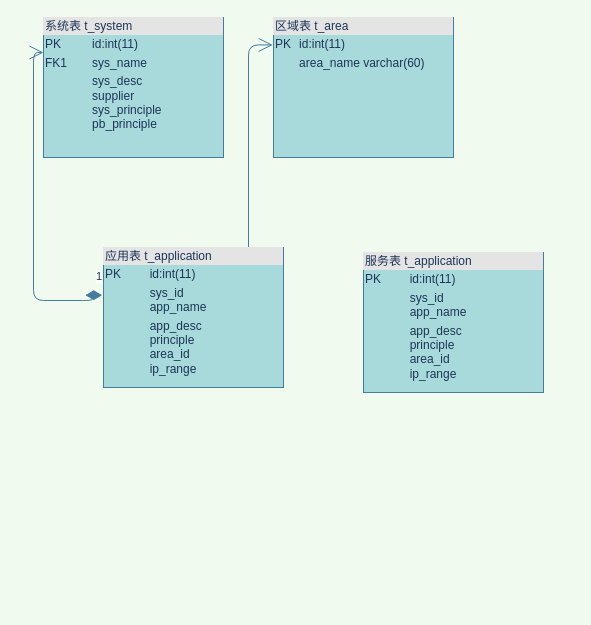
Before: demo/Untitled Diagram.drawio in helemile/Spring-Boot-Notes, a draw.io diagram. Source tidied: cells renumbered, new cells numbered last; positions are measured from the earlier drawing's top-left corner, leaving out a move shared by most shapes. Both pictures are drawn from the tidied source at 100%, with x=0, y=0 at pixel (33, 17).
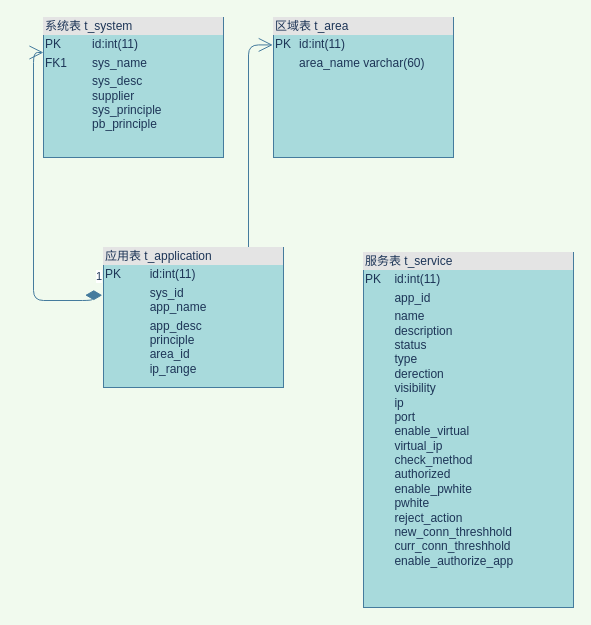
After the change.

Diff of the diagram source:
```diff
@@
 <mxGraphModel background="#F1FAEE">
   <root>
     <mxCell id="0" />
     <mxCell id="1" parent="0" />
     <mxCell id="2" value="&lt;div style=&quot;box-sizing: border-box ; width: 100% ; background: #e4e4e4 ; padding: 2px&quot;&gt;系统表 t_system&lt;/div&gt;&lt;table style=&quot;width: 100% ; font-size: 1em&quot; cellpadding=&quot;2&quot; cellspacing=&quot;0&quot;&gt;&lt;tbody&gt;&lt;tr&gt;&lt;td&gt;PK&lt;/td&gt;&lt;td&gt;id:int(11)&lt;/td&gt;&lt;/tr&gt;&lt;tr&gt;&lt;td&gt;FK1&lt;/td&gt;&lt;td&gt;sys_name&lt;/td&gt;&lt;/tr&gt;&lt;tr&gt;&lt;td&gt;&lt;/td&gt;&lt;td&gt;sys_desc&lt;br&gt;supplier&lt;br&gt;sys_principle&lt;br&gt;pb_principle&lt;br&gt;&lt;br&gt;&lt;br&gt;&lt;/td&gt;&lt;/tr&gt;&lt;/tbody&gt;&lt;/table&gt;" style="verticalAlign=top;align=left;overflow=fill;html=1;fillColor=#A8DADC;strokeColor=#457B9D;fontColor=#1D3557;" parent="1" vertex="1">
       <mxGeometry x="10" width="180" height="140" as="geometry" />
     </mxCell>
     <mxCell id="3" value="&lt;div style=&quot;box-sizing: border-box ; width: 100% ; background: #e4e4e4 ; padding: 2px&quot;&gt;区域表 t_area&lt;/div&gt;&lt;table style=&quot;width: 100% ; font-size: 1em&quot; cellpadding=&quot;2&quot; cellspacing=&quot;0&quot;&gt;&lt;tbody&gt;&lt;tr&gt;&lt;td&gt;PK&lt;/td&gt;&lt;td&gt;id:int(11)&lt;/td&gt;&lt;/tr&gt;&lt;tr&gt;&lt;td&gt;&lt;br&gt;&lt;/td&gt;&lt;td&gt;area_name varchar(60)&lt;/td&gt;&lt;/tr&gt;&lt;tr&gt;&lt;td&gt;&lt;/td&gt;&lt;td&gt;&lt;br&gt;&lt;br&gt;&lt;br&gt;&lt;/td&gt;&lt;/tr&gt;&lt;/tbody&gt;&lt;/table&gt;" style="verticalAlign=top;align=left;overflow=fill;html=1;fillColor=#A8DADC;strokeColor=#457B9D;fontColor=#1D3557;" parent="1" vertex="1">
       <mxGeometry x="240" width="180" height="140" as="geometry" />
     </mxCell>
     <mxCell id="4" value="1" style="endArrow=open;html=1;endSize=12;startArrow=diamondThin;startSize=14;startFill=1;edgeStyle=orthogonalEdgeStyle;align=left;verticalAlign=bottom;strokeColor=#457B9D;fillColor=#A8DADC;fontColor=#1D3557;entryX=-0.004;entryY=0.196;entryDx=0;entryDy=0;entryPerimeter=0;exitX=0.556;exitY=0.643;exitDx=0;exitDy=0;exitPerimeter=0;" parent="1" edge="1" source="5" target="3">
       <mxGeometry x="-1" y="3" relative="1" as="geometry">
         <Array as="points">
           <mxPoint x="215" y="240" />
           <mxPoint x="215" y="27" />
         </Array>
       </mxGeometry>
     </mxCell>
     <mxCell id="5" value="&lt;div style=&quot;box-sizing: border-box ; width: 100% ; background: #e4e4e4 ; padding: 2px&quot;&gt;应用表 t_application&lt;/div&gt;&lt;table style=&quot;width: 100% ; font-size: 1em&quot; cellpadding=&quot;2&quot; cellspacing=&quot;0&quot;&gt;&lt;tbody&gt;&lt;tr&gt;&lt;td&gt;PK&lt;/td&gt;&lt;td&gt;id:int(11)&lt;/td&gt;&lt;/tr&gt;&lt;tr&gt;&lt;td&gt;&lt;br&gt;&lt;/td&gt;&lt;td&gt;sys_id&lt;br&gt;app_name&lt;/td&gt;&lt;/tr&gt;&lt;tr&gt;&lt;td&gt;&lt;br&gt;&lt;/td&gt;&lt;td&gt;app_desc&lt;br&gt;principle&lt;br&gt;area_id&lt;br&gt;ip_range&lt;br&gt;&lt;br&gt;&lt;br&gt;&lt;/td&gt;&lt;/tr&gt;&lt;/tbody&gt;&lt;/table&gt;" style="verticalAlign=top;align=left;overflow=fill;html=1;fillColor=#A8DADC;strokeColor=#457B9D;fontColor=#1D3557;" parent="1" vertex="1">
       <mxGeometry x="70" y="230" width="180" height="140" as="geometry" />
     </mxCell>
     <mxCell id="6" value="1" style="endArrow=open;html=1;endSize=12;startArrow=diamondThin;startSize=14;startFill=1;edgeStyle=orthogonalEdgeStyle;align=left;verticalAlign=bottom;strokeColor=#457B9D;fillColor=#A8DADC;fontColor=#1D3557;entryX=0;entryY=0.25;entryDx=0;entryDy=0;exitX=-0.007;exitY=0.341;exitDx=0;exitDy=0;exitPerimeter=0;" parent="1" edge="1" source="5" target="2">
       <mxGeometry x="-0.95" y="-10" relative="1" as="geometry">
         <Array as="points">
           <mxPoint x="59" y="283" />
           <mxPoint y="283" />
           <mxPoint y="35" />
         </Array>
       </mxGeometry>
     </mxCell>
-    <mxCell id="7" value="&lt;div style=&quot;box-sizing: border-box ; width: 100% ; background: #e4e4e4 ; padding: 2px&quot;&gt;服务表 t_application&lt;/div&gt;&lt;table style=&quot;width: 100% ; font-size: 1em&quot; cellpadding=&quot;2&quot; cellspacing=&quot;0&quot;&gt;&lt;tbody&gt;&lt;tr&gt;&lt;td&gt;PK&lt;/td&gt;&lt;td&gt;id:int(11)&lt;/td&gt;&lt;/tr&gt;&lt;tr&gt;&lt;td&gt;&lt;br&gt;&lt;/td&gt;&lt;td&gt;sys_id&lt;br&gt;app_name&lt;/td&gt;&lt;/tr&gt;&lt;tr&gt;&lt;td&gt;&lt;br&gt;&lt;/td&gt;&lt;td&gt;app_desc&lt;br&gt;principle&lt;br&gt;area_id&lt;br&gt;ip_range&lt;br&gt;&lt;br&gt;&lt;br&gt;&lt;/td&gt;&lt;/tr&gt;&lt;/tbody&gt;&lt;/table&gt;" style="verticalAlign=top;align=left;overflow=fill;html=1;fillColor=#A8DADC;strokeColor=#457B9D;fontColor=#1D3557;" parent="1" vertex="1">
-      <mxGeometry x="330" y="235" width="180" height="140" as="geometry" />
+    <mxCell id="7" value="&lt;div style=&quot;box-sizing: border-box ; width: 100% ; background: #e4e4e4 ; padding: 2px&quot;&gt;服务表 t_service&lt;/div&gt;&lt;table style=&quot;width: 100% ; font-size: 1em&quot; cellpadding=&quot;2&quot; cellspacing=&quot;0&quot;&gt;&lt;tbody&gt;&lt;tr&gt;&lt;td&gt;PK&lt;/td&gt;&lt;td&gt;id:int(11)&lt;/td&gt;&lt;/tr&gt;&lt;tr&gt;&lt;td&gt;&lt;br&gt;&lt;/td&gt;&lt;td&gt;app_id&lt;/td&gt;&lt;/tr&gt;&lt;tr&gt;&lt;td&gt;&lt;br&gt;&lt;/td&gt;&lt;td&gt;name&lt;br&gt;description&lt;br&gt;status&lt;br&gt;type&lt;br&gt;derection&amp;nbsp;&lt;br&gt;visibility&lt;br&gt;ip&lt;br&gt;port&lt;br&gt;enable_virtual&lt;br&gt;virtual_ip&lt;br&gt;check_method&lt;br&gt;authorized&lt;br&gt;enable_pwhite&lt;br&gt;pwhite&lt;br&gt;reject_action&lt;br&gt;new_conn_threshhold&lt;br&gt;curr_conn_threshhold&lt;br&gt;enable_authorize_app&lt;br&gt;&lt;br&gt;&lt;br&gt;&lt;br&gt;&lt;/td&gt;&lt;/tr&gt;&lt;/tbody&gt;&lt;/table&gt;" style="verticalAlign=top;align=left;overflow=fill;html=1;fillColor=#A8DADC;strokeColor=#457B9D;fontColor=#1D3557;" parent="1" vertex="1">
+      <mxGeometry x="330" y="235" width="210" height="355" as="geometry" />
     </mxCell>
   </root>
 </mxGraphModel>
```
